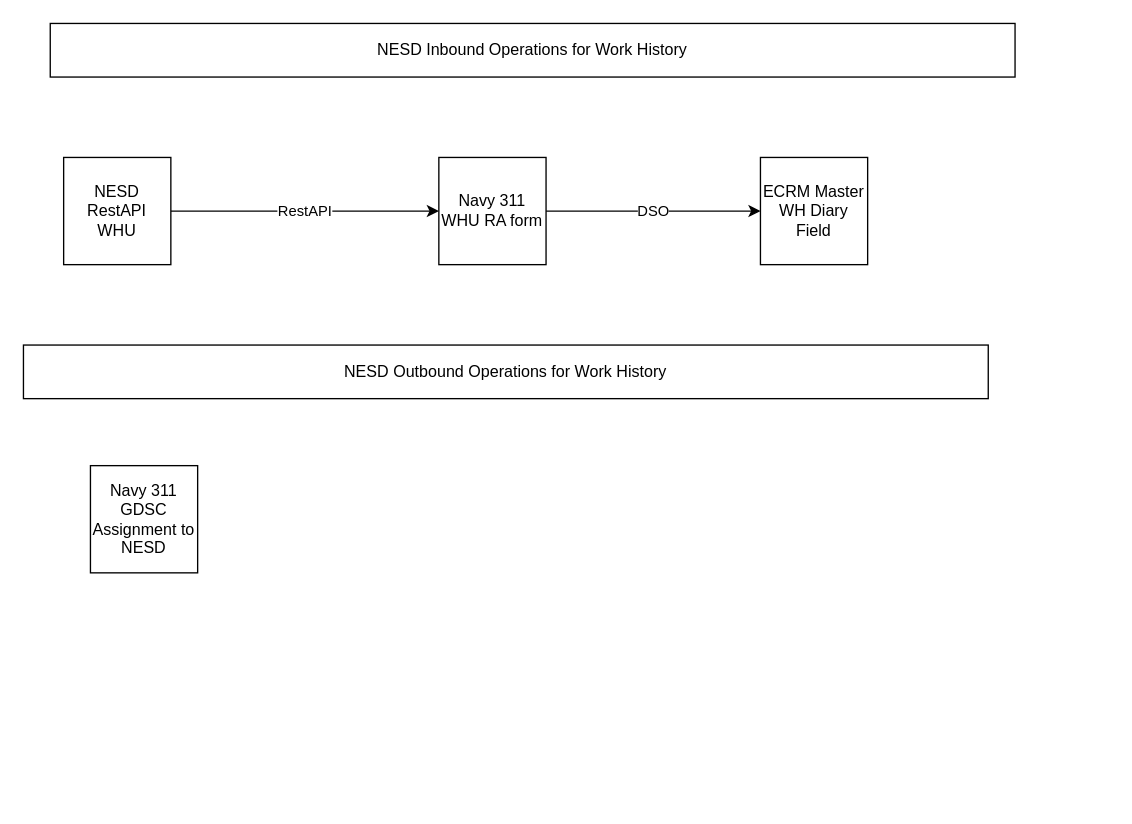
dkhill/navy311 keeps this draw.io diagram as Untitled Diagram.drawio. Above is the earlier version. Source tidied: cells renumbered, new cells numbered last; positions are measured from the earlier drawing's top-left corner, leaving out a move shared by most shapes. Both pictures are drawn from the tidied source at 134%, with x=0, y=0 at pixel (23, 23).
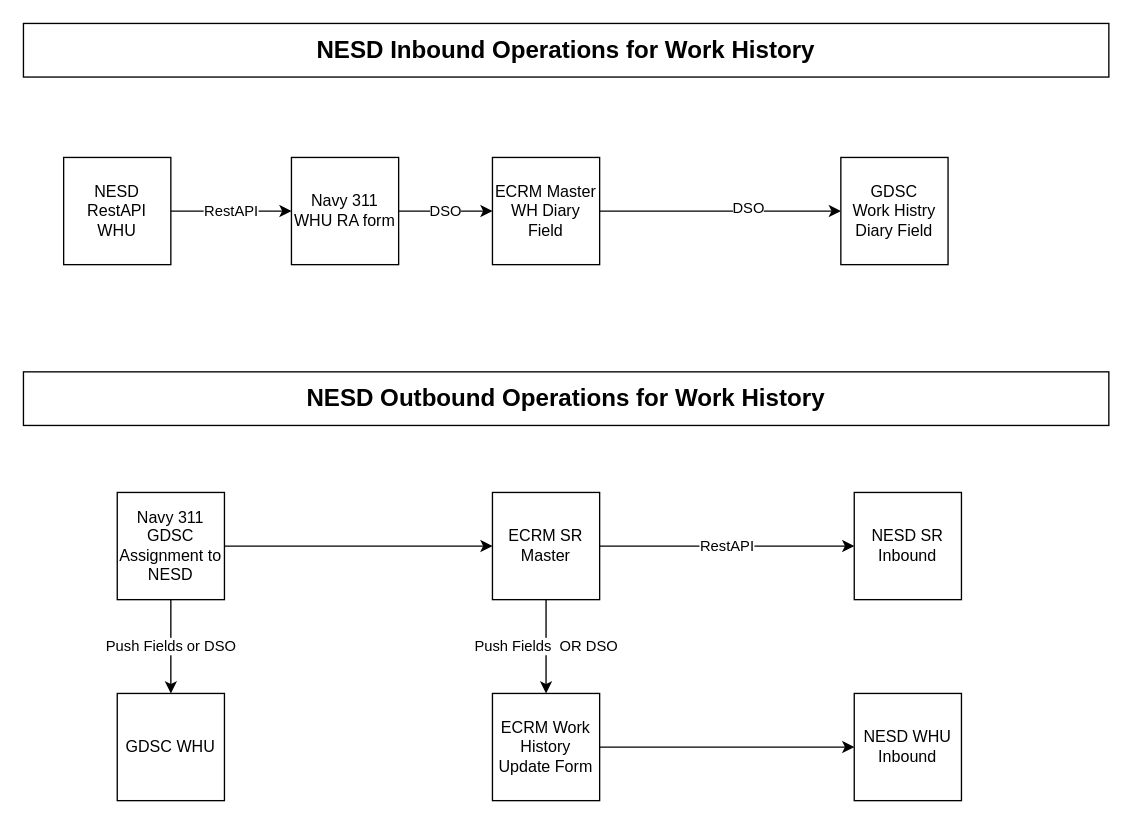
The same page after the edit.

Commit message:
NESD Inbound Added

Diff of the diagram source:
```diff
@@
-    <mxCell id="2" value="NESD Inbound Operations for Work History" style="rounded=0;whiteSpace=wrap;html=1;" parent="1" vertex="1">
-      <mxGeometry x="20" width="720" height="40" as="geometry" />
+    <mxCell id="2" value="&lt;b&gt;&lt;font style=&quot;font-size: 18px;&quot;&gt;NESD Inbound Operations for Work History&lt;/font&gt;&lt;/b&gt;" style="rounded=0;whiteSpace=wrap;html=1;" parent="1" vertex="1">
+      <mxGeometry width="810" height="40" as="geometry" />
     </mxCell>
@@
     <mxCell id="6" value="Navy 311&lt;br&gt;WHU RA form" style="whiteSpace=wrap;html=1;" parent="1" vertex="1">
-      <mxGeometry x="310" y="100" width="80" height="80" as="geometry" />
+      <mxGeometry x="200" y="100" width="80" height="80" as="geometry" />
     </mxCell>
+    <mxCell id="10" style="edgeStyle=orthogonalEdgeStyle;rounded=0;jettySize=auto;html=1;" parent="1" edge="1" source="7" target="14">
+      <mxGeometry relative="1" as="geometry" />
+    </mxCell>
+    <mxCell id="11" value="DSO" style="edgeLabel;html=1;align=center;verticalAlign=middle;" parent="10" vertex="1">
+      <mxGeometry x="0.22" y="3" relative="1" as="geometry" />
+    </mxCell>
     <mxCell id="7" value="ECRM Master WH Diary&lt;br&gt;Field" style="whiteSpace=wrap;html=1;" parent="1" vertex="1">
-      <mxGeometry x="550" y="100" width="80" height="80" as="geometry" />
+      <mxGeometry x="350" y="100" width="80" height="80" as="geometry" />
     </mxCell>
-    <mxCell id="8" value="NESD Outbound Operations for Work History" style="rounded=0;whiteSpace=wrap;html=1;" parent="1" vertex="1">
-      <mxGeometry y="240" width="720" height="40" as="geometry" />
+    <mxCell id="8" value="&lt;font style=&quot;font-size: 18px;&quot;&gt;&lt;b style=&quot;&quot;&gt;NESD Outbound Operations for Work History&lt;/b&gt;&lt;/font&gt;" style="rounded=0;whiteSpace=wrap;html=1;" parent="1" vertex="1">
+      <mxGeometry y="260" width="810" height="40" as="geometry" />
     </mxCell>
+    <mxCell id="12" style="edgeStyle=orthogonalEdgeStyle;rounded=0;jettySize=auto;html=1;" parent="1" edge="1" source="9" target="17">
+      <mxGeometry relative="1" as="geometry" />
+    </mxCell>
+    <mxCell id="13" value="Push Fields or DSO" style="edgeStyle=orthogonalEdgeStyle;rounded=0;jettySize=auto;html=1;" parent="1" edge="1" source="9" target="22">
+      <mxGeometry relative="1" as="geometry" />
+    </mxCell>
     <mxCell id="9" value="Navy 311&lt;br&gt;GDSC&lt;br&gt;Assignment to NESD" style="whiteSpace=wrap;html=1;" parent="1" vertex="1">
-      <mxGeometry x="50" y="330" width="80" height="80" as="geometry" />
+      <mxGeometry x="70" y="350" width="80" height="80" as="geometry" />
     </mxCell>
+    <mxCell id="14" value="GDSC&lt;br&gt;Work Histry&lt;br&gt;Diary Field" style="whiteSpace=wrap;html=1;" parent="1" vertex="1">
+      <mxGeometry x="610" y="100" width="80" height="80" as="geometry" />
+    </mxCell>
+    <mxCell id="15" value="RestAPI" style="edgeStyle=orthogonalEdgeStyle;rounded=0;jettySize=auto;html=1;entryX=0;entryY=0.5;entryDx=0;entryDy=0;" parent="1" edge="1" source="17" target="18">
+      <mxGeometry relative="1" as="geometry" />
+    </mxCell>
+    <mxCell id="16" value="Push Fields&amp;nbsp; OR DSO" style="edgeStyle=orthogonalEdgeStyle;rounded=0;jettySize=auto;html=1;entryX=0.5;entryY=0;entryDx=0;entryDy=0;" parent="1" edge="1" source="17" target="20">
+      <mxGeometry relative="1" as="geometry" />
+    </mxCell>
+    <mxCell id="17" value="ECRM SR Master" style="whiteSpace=wrap;html=1;" parent="1" vertex="1">
+      <mxGeometry x="350" y="350" width="80" height="80" as="geometry" />
+    </mxCell>
+    <mxCell id="18" value="NESD SR Inbound" style="whiteSpace=wrap;html=1;" parent="1" vertex="1">
+      <mxGeometry x="620" y="350" width="80" height="80" as="geometry" />
+    </mxCell>
+    <mxCell id="19" style="edgeStyle=orthogonalEdgeStyle;rounded=0;jettySize=auto;html=1;" parent="1" edge="1" source="20" target="21">
+      <mxGeometry relative="1" as="geometry" />
+    </mxCell>
+    <mxCell id="20" value="ECRM Work History Update Form" style="whiteSpace=wrap;html=1;" parent="1" vertex="1">
+      <mxGeometry x="350" y="500" width="80" height="80" as="geometry" />
+    </mxCell>
+    <mxCell id="21" value="NESD WHU Inbound" style="whiteSpace=wrap;html=1;" parent="1" vertex="1">
+      <mxGeometry x="620" y="500" width="80" height="80" as="geometry" />
+    </mxCell>
+    <mxCell id="22" value="GDSC WHU" style="whiteSpace=wrap;html=1;" parent="1" vertex="1">
+      <mxGeometry x="70" y="500" width="80" height="80" as="geometry" />
+    </mxCell>
```
